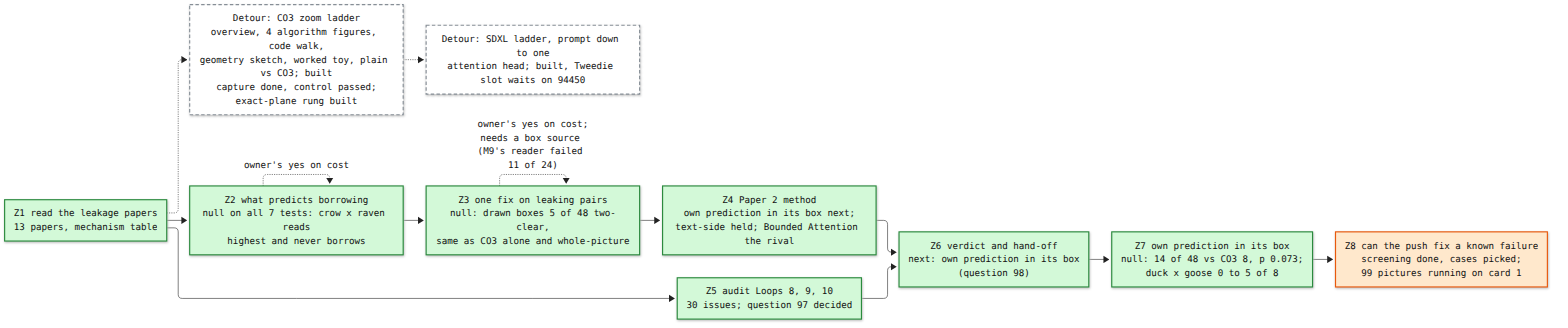
Before: artifacts/notes/progress/leakage/loop-12-progress.png, a diagram exported from Mermaid (mo-rsa24/concept-composition). Its source is kept beside it as artifacts/notes/progress/leakage/loop-12-progress.mmd.
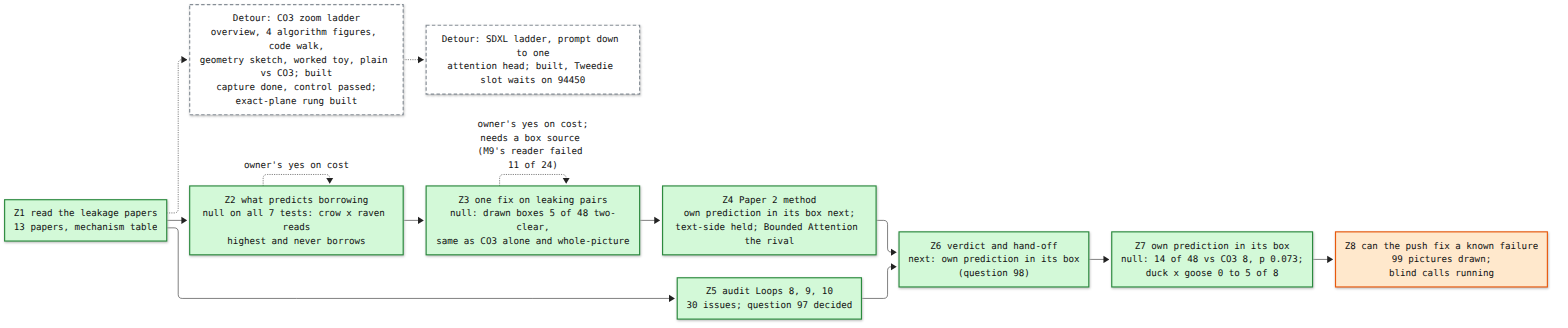
The same diagram one commit later.

Commit message:
Loop 12 map: Z8 drawn, blind calls running

What changed in the source:
```diff
@@ -16,7 +16,7 @@
   Z3 -. "owner's yes on cost;<br/>needs a box source (M9's reader failed 11 of 24)" .-> Z3
   Z7["Z7 own prediction in its box<br/>null: 14 of 48 vs CO3 8, p 0.073;<br/>duck x goose 0 to 5 of 8"]:::done
   Z6 --> Z7
-  Z8["Z8 can the push fix a known failure<br/>screening done, cases picked;<br/>99 pictures running on card 1"]:::doing
+  Z8["Z8 can the push fix a known failure<br/>99 pictures drawn;<br/>blind calls running"]:::doing
   Z7 --> Z8
   classDef done fill:#d3f9d8,stroke:#2b8a3e,stroke-width:2px
   classDef doing fill:#ffe8cc,stroke:#e8590c,stroke-width:2px
```
